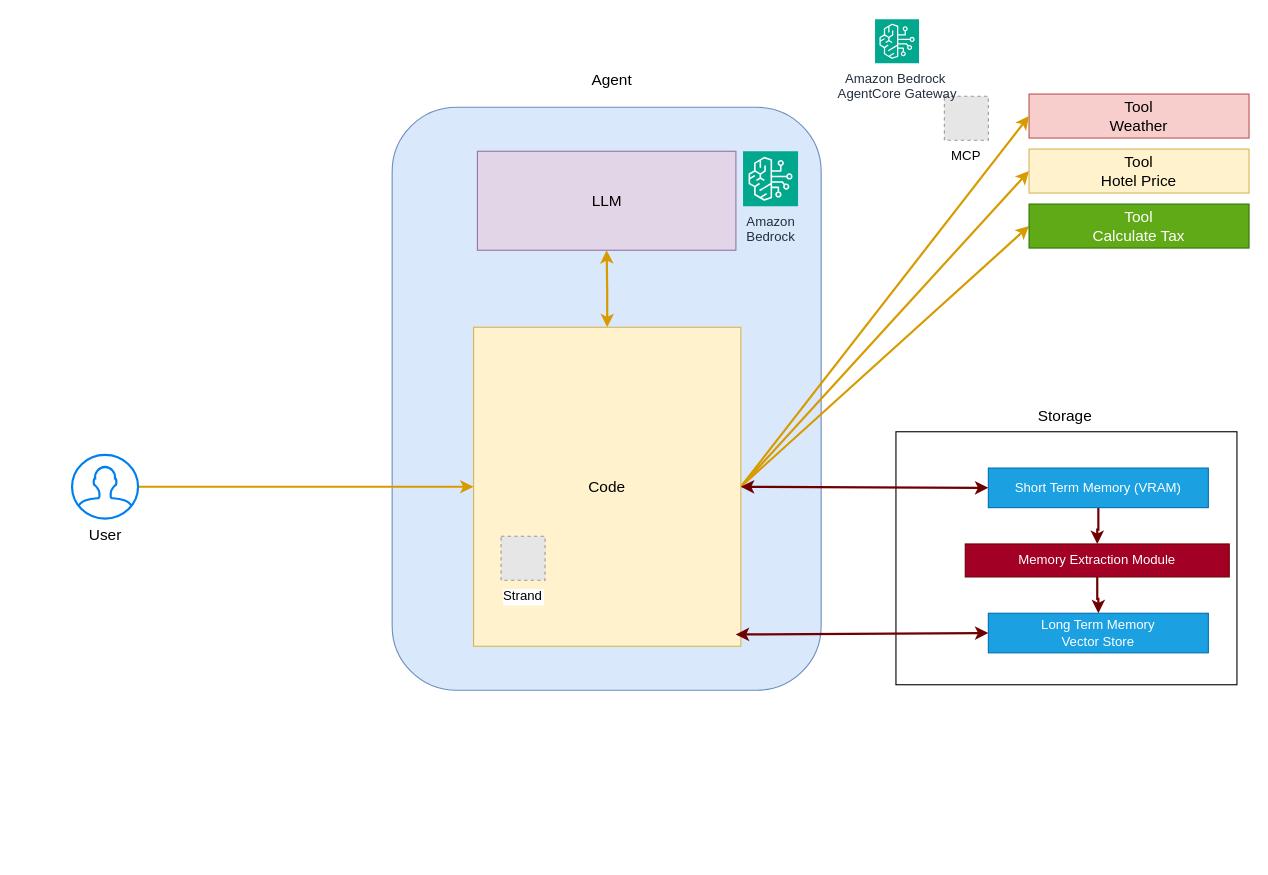
This is page "Page-3" (3 of 3) of Diagram.drawio from vinodrajs001/diagrams, a draw.io file, before an edit. Source tidied: cells renumbered, new cells numbered last; positions are measured from the earlier drawing's top-left corner, leaving out a move shared by most shapes. Both pictures are drawn from the tidied source at 110%, with x=0, y=0 at pixel (72, 19). Pictures stored in the file or linked from it are replaced by grey dashed boxes.
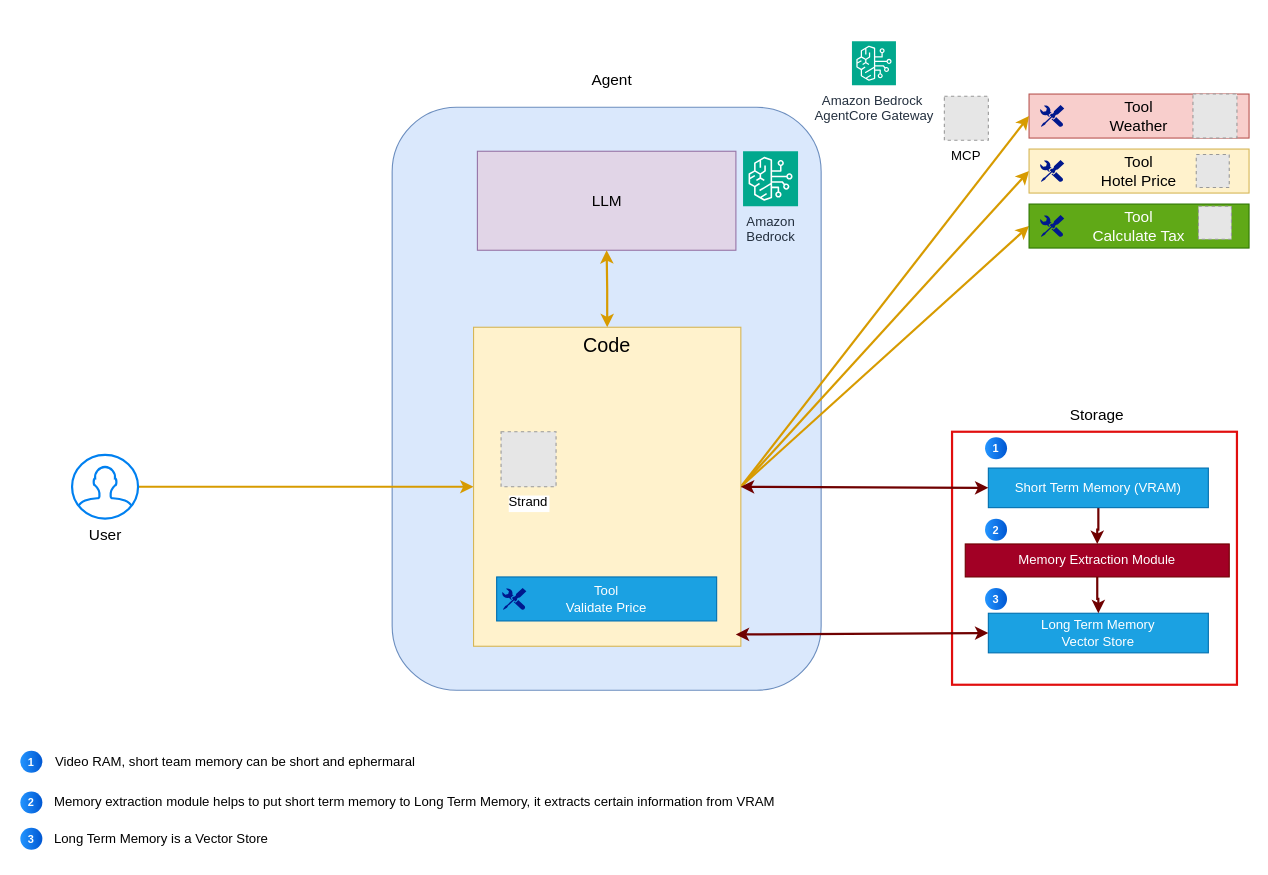
After the change.

What changed in the source:
```diff
@@
-    <mxCell id="2" style="rounded=0;whiteSpace=wrap;html=1;" parent="1" vertex="1">
-      <mxGeometry x="749" y="375" width="310" height="230" as="geometry" />
+    <mxCell id="2" style="rounded=0;whiteSpace=wrap;html=1;strokeColor=light-dark(#e10e0e, #ededed);strokeWidth=2;" parent="1" vertex="1">
+      <mxGeometry x="800" y="375" width="259" height="230" as="geometry" />
     </mxCell>
@@
-    <mxCell id="13" value="Code" style="rounded=0;whiteSpace=wrap;html=1;fontSize=14;fillColor=#fff2cc;strokeColor=#d6b656;" parent="1" vertex="1">
+    <mxCell id="13" value="Code" style="rounded=0;whiteSpace=wrap;html=1;fontSize=18;fillColor=#fff2cc;strokeColor=#d6b656;verticalAlign=top;" parent="1" vertex="1">
       <mxGeometry x="365" y="280" width="243" height="290" as="geometry" />
     </mxCell>
@@
     <mxCell id="24" value="Storage" style="text;html=1;whiteSpace=wrap;strokeColor=none;fillColor=none;align=center;verticalAlign=middle;rounded=0;fontSize=14;" parent="1" vertex="1">
-      <mxGeometry x="873" y="346" width="60" height="30" as="geometry" />
+      <mxGeometry x="902" y="345" width="60" height="30" as="geometry" />
     </mxCell>
@@
     <mxCell id="26" value="Strand" style="fillColor=#E6E6E6;strokeColor=#999999;dashed=1;verticalLabelPosition=bottom;labelBackgroundColor=default;verticalAlign=top;" parent="1" vertex="1">
-      <mxGeometry x="390" y="470" width="40" height="40" as="geometry" />
+      <mxGeometry x="390" y="375" width="50" height="50" as="geometry" />
     </mxCell>
     <mxCell id="27" value="Amazon Bedrock&amp;nbsp;&lt;div&gt;AgentCore Gateway&lt;/div&gt;" style="sketch=0;fontColor=#232F3E;fillColor=#01A88D;strokeColor=#ffffff;dashed=0;verticalLabelPosition=bottom;verticalAlign=top;align=center;html=1;fontSize=12;fontStyle=0;shape=mxgraph.aws4.resourceIcon;resIcon=mxgraph.aws4.bedrock;" parent="1" vertex="1">
-      <mxGeometry x="730" width="40" height="40" as="geometry" />
+      <mxGeometry x="709" y="20" width="40" height="40" as="geometry" />
     </mxCell>
+    <mxCell id="28" style="fillColor=#E6E6E6;strokeColor=#999999;dashed=1;html=1;verticalAlign=top;verticalLabelPosition=bottom;labelBackgroundColor=#ffffff;" parent="1" vertex="1">
+      <mxGeometry x="1019" y="68" width="40" height="40" as="geometry" />
+    </mxCell>
+    <mxCell id="29" style="fillColor=#E6E6E6;strokeColor=#999999;dashed=1;html=1;verticalAlign=top;verticalLabelPosition=bottom;labelBackgroundColor=#ffffff;" parent="1" vertex="1">
+      <mxGeometry x="1022" y="123" width="30" height="30" as="geometry" />
+    </mxCell>
+    <mxCell id="30" style="fillColor=#E6E6E6;strokeColor=#999999;dashed=1;html=1;verticalAlign=top;verticalLabelPosition=bottom;labelBackgroundColor=#ffffff;" parent="1" vertex="1">
+      <mxGeometry x="1024" y="170" width="30" height="30" as="geometry" />
+    </mxCell>
+    <mxCell id="31" value="Tool&lt;div&gt;Validate Price&lt;/div&gt;" style="rounded=0;whiteSpace=wrap;html=1;fillColor=#1ba1e2;fontColor=#ffffff;strokeColor=#006EAF;" parent="1" vertex="1">
+      <mxGeometry x="386" y="507" width="200" height="40" as="geometry" />
+    </mxCell>
+    <mxCell id="32" value="1" style="ellipse;whiteSpace=wrap;html=1;rotation=0;gradientColor=#0057D2;strokeColor=none;gradientDirection=east;fillColor=#2395FF;rounded=0;fontFamily=Helvetica;fontSize=10;fontColor=#FFFFFF;spacingTop=4;spacingBottom=4;spacingLeft=4;spacingRight=4;fontStyle=1;" parent="1" vertex="1">
+      <mxGeometry x="830" y="380" width="20" height="20" as="geometry" />
+    </mxCell>
+    <mxCell id="33" value="Video RAM, short team memory can be short and ephermaral" style="text;html=1;whiteSpace=wrap;strokeColor=none;fillColor=none;align=left;verticalAlign=middle;rounded=0;" parent="1" vertex="1">
+      <mxGeometry x="-17" y="660" width="430" height="30" as="geometry" />
+    </mxCell>
+    <mxCell id="34" value="1" style="ellipse;whiteSpace=wrap;html=1;rotation=0;gradientColor=#0057D2;strokeColor=none;gradientDirection=east;fillColor=#2395FF;rounded=0;fontFamily=Helvetica;fontSize=10;fontColor=#FFFFFF;spacingTop=4;spacingBottom=4;spacingLeft=4;spacingRight=4;fontStyle=1;" parent="1" vertex="1">
+      <mxGeometry x="-47" y="665" width="20" height="20" as="geometry" />
+    </mxCell>
+    <mxCell id="35" value="2" style="ellipse;whiteSpace=wrap;html=1;rotation=0;gradientColor=#0057D2;strokeColor=none;gradientDirection=east;fillColor=#2395FF;rounded=0;fontFamily=Helvetica;fontSize=10;fontColor=#FFFFFF;spacingTop=4;spacingBottom=4;spacingLeft=4;spacingRight=4;fontStyle=1;" parent="1" vertex="1">
+      <mxGeometry x="830" y="454" width="20" height="20" as="geometry" />
+    </mxCell>
+    <mxCell id="36" style="group;" parent="1" vertex="1">
+      <mxGeometry x="-48" y="697" width="860" height="30" as="geometry" />
+    </mxCell>
+    <mxCell id="37" value="Memory extraction module helps to put short term memory to Long Term Memory, it extracts certain information from VRAM" style="text;html=1;whiteSpace=wrap;strokeColor=none;fillColor=none;align=left;verticalAlign=middle;rounded=0;" parent="36" vertex="1">
+      <mxGeometry x="30" width="830" height="30" as="geometry" />
+    </mxCell>
+    <mxCell id="38" value="2" style="ellipse;whiteSpace=wrap;html=1;rotation=0;gradientColor=#0057D2;strokeColor=none;gradientDirection=east;fillColor=#2395FF;rounded=0;fontFamily=Helvetica;fontSize=10;fontColor=#FFFFFF;spacingTop=4;spacingBottom=4;spacingLeft=4;spacingRight=4;fontStyle=1;" parent="36" vertex="1">
+      <mxGeometry x="1" y="5" width="20" height="20" as="geometry" />
+    </mxCell>
+    <mxCell id="39" value="3" style="ellipse;whiteSpace=wrap;html=1;rotation=0;gradientColor=#0057D2;strokeColor=none;gradientDirection=east;fillColor=#2395FF;rounded=0;fontFamily=Helvetica;fontSize=10;fontColor=#FFFFFF;spacingTop=4;spacingBottom=4;spacingLeft=4;spacingRight=4;fontStyle=1;" parent="1" vertex="1">
+      <mxGeometry x="830" y="517" width="20" height="20" as="geometry" />
+    </mxCell>
+    <mxCell id="40" style="group;" parent="1" vertex="1">
+      <mxGeometry x="-48" y="730" width="860" height="30" as="geometry" />
+    </mxCell>
+    <mxCell id="41" value="Long Term Memory is a Vector Store" style="text;html=1;whiteSpace=wrap;strokeColor=none;fillColor=none;align=left;verticalAlign=middle;rounded=0;" parent="40" vertex="1">
+      <mxGeometry x="30" width="830" height="30" as="geometry" />
+    </mxCell>
+    <mxCell id="42" value="3" style="ellipse;whiteSpace=wrap;html=1;rotation=0;gradientColor=#0057D2;strokeColor=none;gradientDirection=east;fillColor=#2395FF;rounded=0;fontFamily=Helvetica;fontSize=10;fontColor=#FFFFFF;spacingTop=4;spacingBottom=4;spacingLeft=4;spacingRight=4;fontStyle=1;" parent="40" vertex="1">
+      <mxGeometry x="1" y="5" width="20" height="20" as="geometry" />
+    </mxCell>
+    <mxCell id="43" style="sketch=0;shadow=0;dashed=0;html=1;strokeColor=none;labelPosition=center;verticalLabelPosition=bottom;verticalAlign=top;align=center;fillColor=#00188D;shape=mxgraph.mscae.enterprise.tool;" parent="1" vertex="1">
+      <mxGeometry x="390.8" y="517" width="22.2" height="20" as="geometry" />
+    </mxCell>
+    <mxCell id="44" style="sketch=0;shadow=0;dashed=0;html=1;strokeColor=none;labelPosition=center;verticalLabelPosition=bottom;verticalAlign=top;align=center;fillColor=#00188D;shape=mxgraph.mscae.enterprise.tool;" parent="1" vertex="1">
+      <mxGeometry x="879.8" y="78" width="22.2" height="20" as="geometry" />
+    </mxCell>
+    <mxCell id="45" style="sketch=0;shadow=0;dashed=0;html=1;strokeColor=none;labelPosition=center;verticalLabelPosition=bottom;verticalAlign=top;align=center;fillColor=#00188D;shape=mxgraph.mscae.enterprise.tool;" parent="1" vertex="1">
+      <mxGeometry x="879.8" y="128" width="22.2" height="20" as="geometry" />
+    </mxCell>
+    <mxCell id="46" style="sketch=0;shadow=0;dashed=0;html=1;strokeColor=none;labelPosition=center;verticalLabelPosition=bottom;verticalAlign=top;align=center;fillColor=#00188D;shape=mxgraph.mscae.enterprise.tool;" parent="1" vertex="1">
+      <mxGeometry x="879.8" y="178" width="22.2" height="20" as="geometry" />
+    </mxCell>
```
